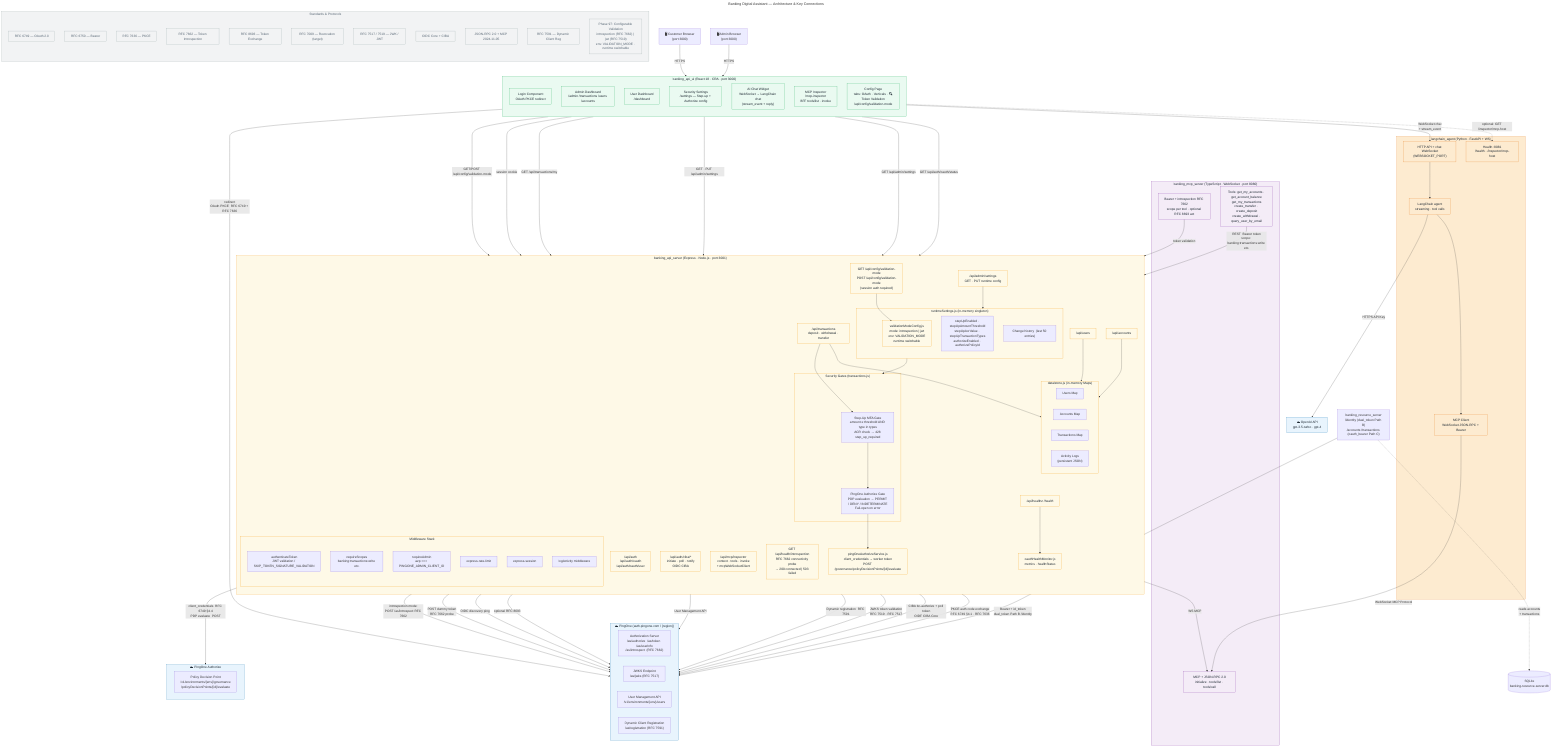
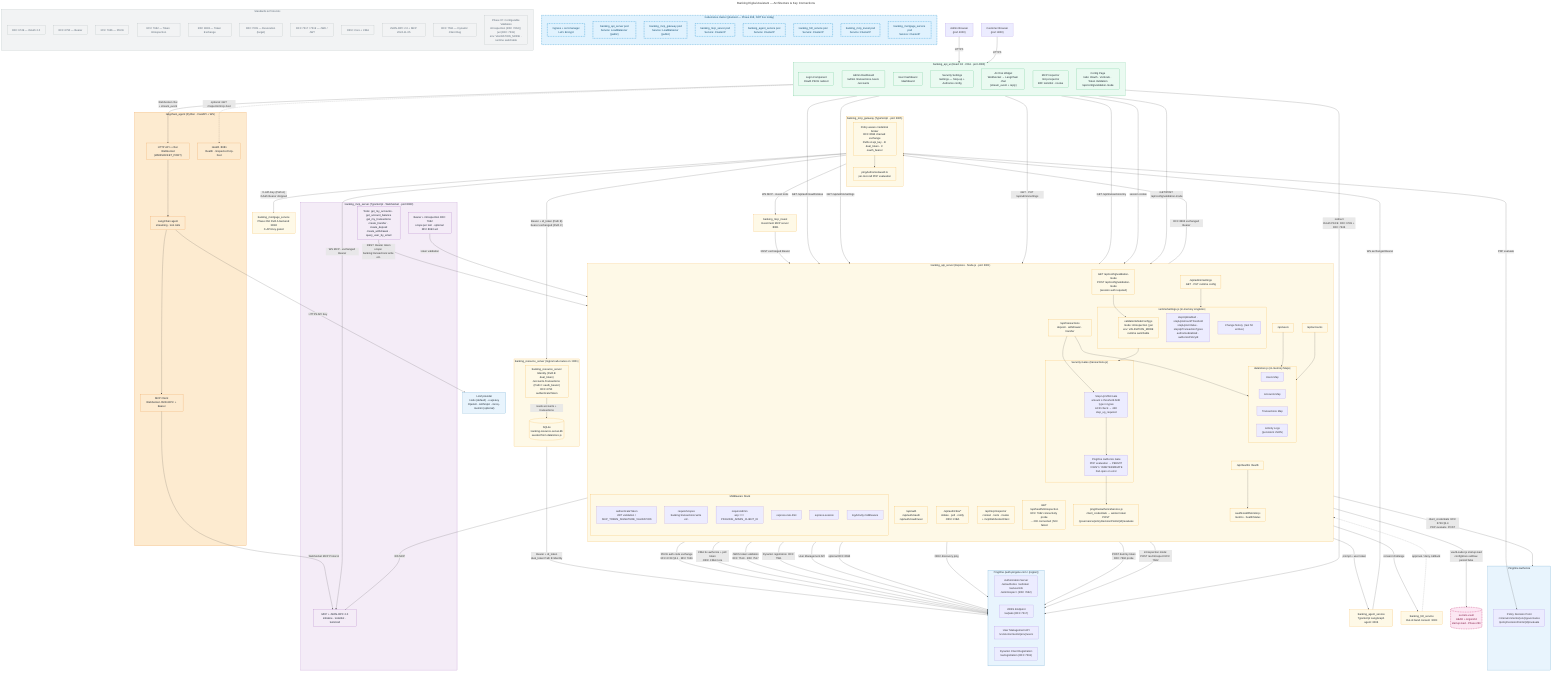
---
title: Banking Digital Assistant — Architecture & Key Connections
---
flowchart TB
+     %% ── Phase 268 future K8s topology — DASHED = PLANNED, NOT SHIPPED ─
+     subgraph K8s["Kubernetes cluster (planned — Phase 268, NOT live today)"]
+         direction TB
+         Ingress["Ingress + cert-manager<br/>Let's Encrypt"]
+         BFFPod["banking_api_server pod<br/>Service: LoadBalancer (public)"]
+         GWPod["banking_mcp_gateway pod<br/>Service: LoadBalancer (public)"]
+         MCPPod["banking_mcp_server pod<br/>Service: ClusterIP"]
+         AgentPod["banking_agent_service pod<br/>Service: ClusterIP"]
+         HITLPod["banking_hitl_service pod<br/>Service: ClusterIP"]
+         InvestPod["banking_mcp_invest pod<br/>Service: ClusterIP"]
+         MortgagePod["banking_mortgage_service pod<br/>Service: ClusterIP"]
+     end
+ 
    %% ── External Users ────────────────────────────────────────────────────────
-     AdminBrowser["🖥️ Admin Browser\n(port 3000)"]
-     CustomerBrowser["🖥️ Customer Browser\n(port 3000)"]
+     AdminBrowser["Admin Browser<br/>(port 4000)"]
+     CustomerBrowser["Customer Browser<br/>(port 4000)"]

    %% ── Frontend ──────────────────────────────────────────────────────────────
-     subgraph UI["banking_api_ui  (React 18 · CRA · port 3000)"]
+     subgraph UI["banking_api_ui  (React 18 · CRA · port 4000)"]
        direction TB
        Login["Login Component\nOAuth PKCE redirect"]
        Dashboard["Admin Dashboard\n/admin /transactions /users /accounts"]
        UserDash["User Dashboard\n/dashboard"]
        SecuritySettings["Security Settings\n/settings — Step-up + Authorize config"]
        ChatWidget["AI Chat Widget\nWebSocket → LangChain chat\n(stream_event + reply)"]
        McpInspector["MCP Inspector\n/mcp-inspector\nBFF tools/list · invoke"]
-         ConfigPage["Config Page\ntabs: OAuth · Verticals · 🔍 Token Validation\n/api/config/validation-mode"]
+         ConfigPage["Config Page\ntabs: OAuth · Verticals · Token Validation\n/api/config/validation-mode"]
    end

    %% ── API Server ────────────────────────────────────────────────────────────
    subgraph API["banking_api_server  (Express · Node.js · port 3001)"]
        direction TB
        AuthRoutes["/api/auth\n/api/auth/oauth\n/api/auth/oauth/user"]
        CibaRoutes["/api/auth/ciba/*\ninitiate · poll · notify\nOIDC CIBA"]
        McpInspectorRoutes["/api/mcp/inspector\ncontext · tools · invoke\n+ mcpWebSocketClient"]
        TxRoutes["/api/transactions\ndeposit · withdrawal · transfer"]
        AdminRoutes["/api/admin/settings\nGET · PUT runtime config"]
        UserRoutes["/api/users"]
        AccountRoutes["/api/accounts"]
        Health["/api/healthz  /health"]
        ValidationRoutes["GET /api/config/validation-mode
POST /api/config/validation-mode
(session auth required)"]
        IntrospectionHealth["GET /api/health/introspection
RFC 7662 connectivity probe
→ 200 connected | 503 failed"]

        subgraph Middleware["Middleware Stack"]
            AuthMW["authenticateToken\nJWT validation / SKIP_TOKEN_SIGNATURE_VALIDATION"]
            ScopeMW["requireScopes\nbanking:transactions:write etc."]
            AdminMW["requireAdmin\nazp === PINGONE_ADMIN_CLIENT_ID"]
            RateLimiter["express-rate-limit"]
            Session["express-session"]
            ActivityLog["logActivity middleware"]
        end

        subgraph Gates["Security Gates  (transactions.js)"]
            StepUpGate["Step-Up MFA Gate\namount ≥ threshold AND type in types\nACR check → 428 step_up_required"]
            AuthorizeGate["PingOne Authorize Gate\nPDP evaluation → PERMIT / DENY / INDETERMINATE\nFail-open on error"]
        end

        subgraph RuntimeSettings["runtimeSettings.js  (in-memory singleton)"]
            ValidationMode["validationModeConfig.js
mode: introspection | jwt
env: VALIDATION_MODE
runtime switchable"]
            RSFields["stepUpEnabled · stepUpAmountThreshold\nstepUpAcrValue · stepUpTransactionTypes\nauthorizeEnabled · authorizePolicyId"]
            RSHistory["Change history  (last 50 entries)"]
        end

        subgraph DataStore["data/store.js  (in-memory Maps)"]
            Users["Users Map"]
            Accounts["Accounts Map"]
            Transactions["Transactions Map"]
            ActivityLogs["Activity Logs\n(persistent JSON)"]
        end

        AuthorizeService["pingOneAuthorizeService.js\nclient_credentials → worker token\nPOST /governance/policyDecisionPoints/{id}/evaluate"]
        OAuthMonitor["oauthHealthMonitor.js\nmetrics · healthStatus"]
    end

    %% ── MCP Server ────────────────────────────────────────────────────────────
    subgraph MCP["banking_mcp_server  (TypeScript · WebSocket · port 8080)"]
        MCPProtocol["MCP + JSON-RPC 2.0\ninitialize · tools/list · tools/call"]
        MCPTools["Tools: get_my_accounts · get_account_balance\nget_my_transactions\ncreate_transfer · create_deposit\ncreate_withdrawal · query_user_by_email"]
        MCPAuth["Bearer + introspection RFC 7662\nscope per tool · optional RFC 8693 act"]
    end

    %% ── LangChain Agent ───────────────────────────────────────────────────────
    subgraph Agent["langchain_agent  (Python · FastAPI + WS)"]
        FastAPI["HTTP API + chat WebSocket\n(WEBSOCKET_PORT)"]
        HealthInsp["Health :8081\n/health · /inspector/mcp-host"]
        LangChain["LangChain agent\nstreaming · tool calls"]
        MCPClientPy["MCP Client\nWebSocket JSON-RPC + Bearer"]
    end

+     %% ── MCP Gateway (Phase 243 + 266) ──────────────────────────────────
+     subgraph Gateway["banking_mcp_gateway  (TypeScript · port 3005)"]
+         direction TB
+         GwProxy["Policy-aware credential broker<br/>RFC 8693 chained exchange<br/>Paths A api_key - B dual_token - C oauth_bearer"]
+         GwAuthorize["pingAuthorizeGuard.ts<br/>per-tool-call PDP evaluation"]
+     end
+ 
+     %% ── Additional Node services ───────────────────────────────────────
+     AgentService["banking_agent_service<br/>TypeScript LangGraph agent :3006"]
+     MCPInvestSvc["banking_mcp_invest<br/>Investment MCP server :8081"]
+     MortgageSvc["banking_mortgage_service<br/>Phase 266 Path A backend :8082<br/>X-API-Key gated"]
+     HITLSvc["banking_hitl_service<br/>Out-of-band consent :3009"]
+ 
+     %% ── Phase 269 vault ────────────────────────────────────────────────
+     Vault[("secrets.vault<br/>AEAD + Argon2id<br/>startup-load - Phase 269")]
+ 
    %% ── External Services ─────────────────────────────────────────────────────
-     subgraph PingOneCloud["☁️ PingOne  (auth.pingone.com / {region})"]
+     subgraph PingOneCloud["PingOne  (auth.pingone.com / {region})"]
        direction LR
        OIDC_AS["Authorization Server\n/as/authorize  /as/token  /as/userinfo\n/as/introspect  (RFC 7662)"]
        JWKS["JWKS Endpoint\n/as/jwks  (RFC 7517)"]
        UserMgmt["User Management API\n/v1/environments/{env}/users"]
        AppRegistration["Dynamic Client Registration\n/as/registration  (RFC 7591)"]
    end

-     subgraph PingOneAuthorize["☁️ PingOne Authorize"]
+     subgraph PingOneAuthorize["PingOne Authorize"]
        PDP["Policy Decision Point\n/v1/environments/{env}/governance\n/policyDecisionPoints/{id}/evaluate"]
    end

-     OpenAI["☁️ OpenAI API\ngpt-3.5-turbo · gpt-4"]
+     LLM["LLM provider<br/>Helix (default) - x-api-key<br/>OpenAI - Anthropic - Groq - Gemini (optional)"]

    %% ── Connections: Browser → UI ──────────────────────────────────────────────
    AdminBrowser -->|"HTTPS"| UI
    CustomerBrowser -->|"HTTPS"| UI

    %% ── Connections: UI → API (proxied via CRA proxy :3001) ───────────────────
    Login -->|"redirect\nOAuth PKCE  RFC 6749 + RFC 7636"| OIDC_AS
    Login -->|"GET /api/auth/oauth/status"| AuthRoutes
    Dashboard -->|"GET /api/admin/settings"| AdminRoutes
    SecuritySettings -->|"GET · PUT /api/admin/settings"| AdminRoutes
    UserDash -->|"GET /api/transactions/my"| TxRoutes
    ChatWidget -->|"WebSocket chat\n+ stream_event"| FastAPI

    McpInspector -->|"session cookie"| McpInspectorRoutes
    McpInspector -.->|"optional: GET /inspector/mcp-host"| HealthInsp

    %% ── Connections: API ↔ PingOne ────────────────────────────────────────────
    AuthRoutes -->|"PKCE auth code exchange\nRFC 6749 §4.1 · RFC 7636"| OIDC_AS
    CibaRoutes -->|"CIBA bc-authorize + poll token\nOIDF CIBA Core"| OIDC_AS
    AuthMW -->|"JWKS token validation\nRFC 7519 · RFC 7517"| JWKS
    AuthorizeService -->|"client_credentials  RFC 6749 §4.4\nPDP evaluate  POST"| PingOneAuthorize
    AuthRoutes -->|"Dynamic registration  RFC 7591"| AppRegistration
    AdminRoutes -->|"User Management API"| UserMgmt
    McpInspectorRoutes -->|"optional RFC 8693"| OIDC_AS
    McpInspectorRoutes -->|"WS MCP"| MCPProtocol

    %% ── Connections: Gates → Services ─────────────────────────────────────────
    TxRoutes --> StepUpGate
    StepUpGate --> AuthorizeGate
    AuthorizeGate --> AuthorizeService
    AdminRoutes --> RuntimeSettings
    RuntimeSettings --> Gates

    %% ── Connections: API → DataStore ──────────────────────────────────────────
    TxRoutes --> DataStore
    UserRoutes --> DataStore
    AccountRoutes --> DataStore

    %% ── Connections: MCP → API ────────────────────────────────────────────────
    MCPTools -->|"REST  Bearer token\nscope: banking:transactions:write etc."| TxRoutes
    MCPAuth -->|"token validation"| AuthMW
    MCPClientPy -->|"WebSocket  MCP Protocol"| MCPProtocol

    %% ── Connections: Agent → MCP + OpenAI ─────────────────────────────────────
    LangChain --> MCPClientPy
-     LangChain -->|"HTTPS  API Key"| OpenAI
+     LangChain -->|"HTTPS  API Key"| LLM
    FastAPI --> LangChain
+ 
+     %% ── Phase 270: edges for newly-named services ─────────────────────
+     AuthRoutes -->|"RFC 8693 exchanged Bearer"| GwProxy
+     GwProxy --> GwAuthorize
+     GwProxy -->|"WS MCP - exchanged Bearer"| MCPProtocol
+     GwProxy -->|"WS MCP - invest tools"| MCPInvestSvc
+     GwProxy -->|"X-API-Key (Path A)<br/>OAuth Bearer dropped"| MortgageSvc
+     GwProxy -->|"Bearer + id_token (Path B)<br/>Bearer exchanged (Path C)"| BankingRS
+     AuthRoutes -->|"prompt + user token"| AgentService
+     AgentService -->|"WS exchanged Bearer"| GwProxy
+     AuthRoutes -->|"consent challenge"| HITLSvc
+     HITLSvc -.->|"approval / deny callback"| AuthRoutes
+     AuthRoutes -->|"vaultLoader.js startup-load<br/>configStore.setRaw persist:false"| Vault
+     MCPInvestSvc -->|"REST exchanged Bearer"| TxRoutes
+     GwAuthorize -->|"PDP evaluate"| PDP

    %% ── Connections: OAuthMonitor ─────────────────────────────────────────────
    OAuthMonitor -->|"OIDC discovery ping"| OIDC_AS
    Health --> OAuthMonitor

    %% ── Connections: Token Validation Config ─────────────────────────────────
    ConfigPage -->|"GET/POST /api/config/validation-mode"| ValidationRoutes
    ValidationRoutes --> ValidationMode
    IntrospectionHealth -->|"POST dummy token
RFC 7662 probe"| OIDC_AS
    AuthMW -->|"introspection mode:
POST /as/introspect RFC 7662"| OIDC_AS

    %% Phase 266 R2: banking_resource_server (live) — Paths B and C both terminate here.
    %% Path A (api_key): RFC 6750 bearer dropped; X-API-Key injected at Gateway — no backend call.
    %% Path B (dual_token): Bearer + id_token forwarded to /identity — RFC 8693 + RFC 8707 + OIDC Core ss3.1.3.7.
    %% Path C (oauth_bearer): RFC 8693 exchange; Bearer (new aud) to /accounts /transactions — SQLite-backed.
-     BankingRS["banking_resource_server\n/identity (dual_token Path B)\n/accounts /transactions (oauth_bearer Path C)"]
-     SQLite[("SQLite\nbanking-resource-server.db")]
- 
-     BankingRS -->|"Bearer + id_token\ndual_token Path B /identity"| JWKS
-     BankingRS -.->|"reads accounts\n+ transactions"| SQLite
+     subgraph ResourceServer["banking_resource_server  (logical sub-routes on :3001)"]
+         direction TB
+         BankingRS["banking_resource_server<br/>/identity (Path B dual_token)<br/>/accounts /transactions (Path C oauth_bearer)<br/>RFC 6750 authenticateToken"]
+         BankingSQLite[("SQLite<br/>banking-resource-server.db<br/>seeded from data/store.js")]
+     end
+ 
+     BankingRS -->|"Bearer + id_token<br/>dual_token Path B /identity"| JWKS
+     BankingRS -->|"reads accounts + transactions"| BankingSQLite

    %% ── Standards Legend ──────────────────────────────────────────────────────
    subgraph Standards["Standards & Protocols"]
        direction TB
        S1["RFC 6749 — OAuth 2.0"]
        S2["RFC 6750 — Bearer"]
        S3["RFC 7636 — PKCE"]
        S4["RFC 7662 — Token Introspection"]
        S5["RFC 8693 — Token Exchange"]
        S6["RFC 7009 — Revocation (target)"]
        S7["RFC 7517 / 7519 — JWK / JWT"]
        S8["OIDC Core + CIBA"]
        S9["JSON-RPC 2.0 + MCP 2024-11-05"]
        S10["RFC 7591 — Dynamic Client Reg"]
        S11["Phase 97: Configurable Validation
introspection (RFC 7662) | jwt (RFC 7519)
env: VALIDATION_MODE · runtime switchable"]
    end

    %% ── Styling ───────────────────────────────────────────────────────────────
    classDef external fill:#e8f4fd,stroke:#2980b9,color:#1a252f
    classDef frontend fill:#eafaf1,stroke:#27ae60,color:#1a252f
    classDef backend fill:#fef9e7,stroke:#f39c12,color:#1a252f
    classDef mcp fill:#f4ecf7,stroke:#8e44ad,color:#1a252f
    classDef agent fill:#fdebd0,stroke:#e67e22,color:#1a252f
    classDef standard fill:#f2f3f4,stroke:#95a5a6,color:#566573
- 
-     class PingOneCloud,PingOneAuthorize,OpenAI external
+     classDef k8s fill:#e0f2fe,stroke:#0284c7,color:#0c4a6e,stroke-width:2px,stroke-dasharray: 6 4
+     classDef planned fill:#fce7f3,stroke:#be185d,color:#831843,stroke-width:2px,stroke-dasharray: 6 4
+ 
+     class PingOneCloud,PingOneAuthorize,LLM external
    class UI,Login,Dashboard,UserDash,SecuritySettings,ChatWidget,McpInspector,ConfigPage frontend
    class API,AuthRoutes,CibaRoutes,McpInspectorRoutes,TxRoutes,AdminRoutes,UserRoutes,AccountRoutes,Health,Middleware,Gates,RuntimeSettings,DataStore,AuthorizeService,OAuthMonitor,ValidationMode,ValidationRoutes,IntrospectionHealth backend
    class MCP,MCPProtocol,MCPTools,MCPAuth mcp
    class Agent,FastAPI,HealthInsp,LangChain,MCPClientPy agent
    class Standards,S1,S2,S3,S4,S5,S6,S7,S8,S9,S10,S11 standard
+     class Gateway,GwProxy,GwAuthorize,AgentService,MCPInvestSvc,MortgageSvc,HITLSvc,ResourceServer,BankingRS,BankingSQLite backend
+     class Vault planned
+     class K8s,Ingress,BFFPod,GWPod,MCPPod,AgentPod,HITLPod,InvestPod,MortgagePod k8s
